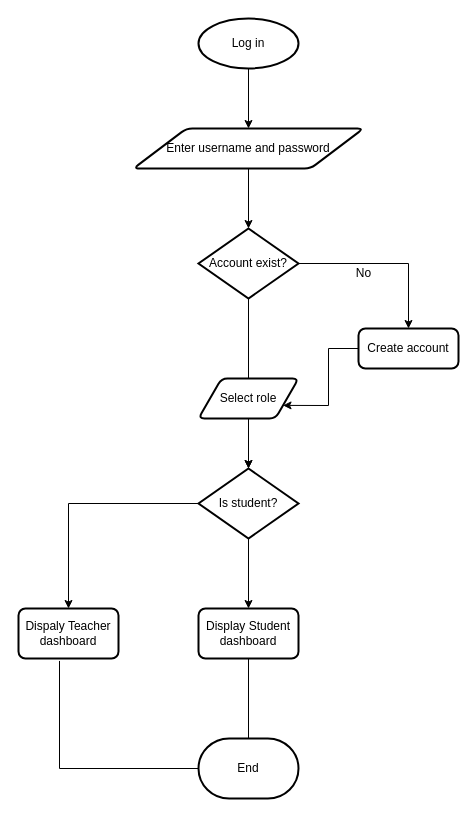
The draw.io diagram Documentation/Diagrams/Flow chart.drawio in Meriki-Jubert/Our-project, before the edit. Source tidied: cells renumbered, new cells numbered last; positions are measured from the earlier drawing's top-left corner, leaving out a move shared by most shapes. Both pictures are drawn from the tidied source at 100%, with x=0, y=0 at pixel (18, 18).
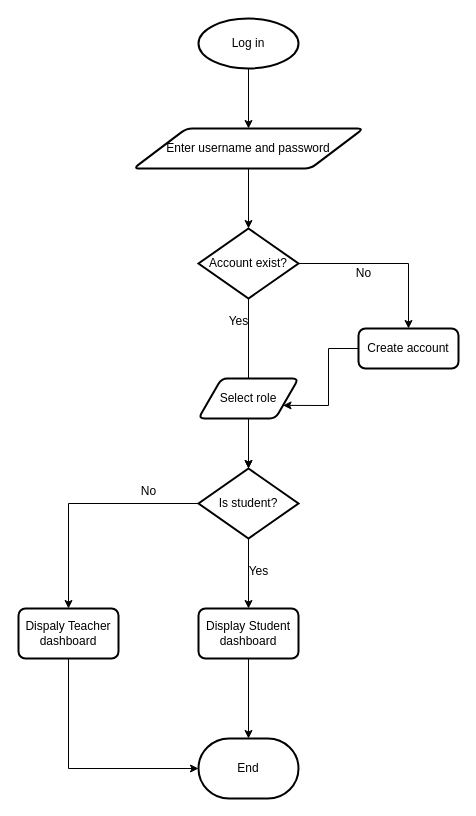
The same diagram, later.

Commit message (it also covers changes not shown here):
Fixed  minor issies with flow chart

The change refers to these unchanged cells:
```xml
<mxCell id="17" value="Display Student dashboard" style="rounded=1;whiteSpace=wrap;html=1;absoluteArcSize=1;arcSize=14;strokeWidth=2;" parent="1" vertex="1">
  <mxGeometry x="180" y="590" width="100" height="50" as="geometry" />
</mxCell>
<mxCell id="18" value="Dispaly Teacher dashboard" style="rounded=1;whiteSpace=wrap;html=1;absoluteArcSize=1;arcSize=14;strokeWidth=2;" parent="1" vertex="1">
  <mxGeometry y="590" width="100" height="50" as="geometry" />
</mxCell>
<mxCell id="19" value="End" style="strokeWidth=2;html=1;shape=mxgraph.flowchart.terminator;whiteSpace=wrap;" parent="1" vertex="1">
  <mxGeometry x="180" y="720" width="100" height="60" as="geometry" />
</mxCell>
```

Change to the diagram source:
```diff
@@
-    <mxCell id="20" style="endArrow=none;html=1;rounded=0;entryX=0.5;entryY=1;entryDx=0;entryDy=0;exitX=0.5;exitY=0;exitDx=0;exitDy=0;exitPerimeter=0;" parent="1" edge="1" source="19" target="17">
-      <mxGeometry relative="1" as="geometry" />
-    </mxCell>
-    <mxCell id="21" style="endArrow=none;html=1;rounded=0;entryX=0;entryY=0.5;entryDx=0;entryDy=0;entryPerimeter=0;exitX=0.41;exitY=1.049;exitDx=0;exitDy=0;exitPerimeter=0;" parent="1" edge="1" source="18" target="19">
-      <mxGeometry relative="1" as="geometry">
-        <Array as="points">
-          <mxPoint x="41" y="750" />
-        </Array>
-      </mxGeometry>
-    </mxCell>
+    <mxCell id="22" value="No" style="text;html=1;align=center;verticalAlign=middle;strokeColor=none;fillColor=none;" parent="1" vertex="1">
+      <mxGeometry x="110" y="458" width="40" height="30" as="geometry" />
+    </mxCell>
+    <mxCell id="23" value="Yes" style="text;html=1;align=center;verticalAlign=middle;strokeColor=none;fillColor=none;" parent="1" vertex="1">
+      <mxGeometry x="220" y="538" width="40" height="30" as="geometry" />
+    </mxCell>
+    <mxCell id="24" style="endArrow=classic;html=1;rounded=0;entryX=0;entryY=0.5;entryDx=0;entryDy=0;entryPerimeter=0;" parent="1" edge="1" target="19">
+      <mxGeometry relative="1" as="geometry">
+        <mxPoint x="50" y="640" as="sourcePoint" />
+        <Array as="points">
+          <mxPoint x="50" y="750" />
+        </Array>
+      </mxGeometry>
+    </mxCell>
+    <mxCell id="25" style="endArrow=classic;html=1;rounded=0;entryX=0.5;entryY=0;entryDx=0;entryDy=0;entryPerimeter=0;" parent="1" edge="1" target="19">
+      <mxGeometry relative="1" as="geometry">
+        <mxPoint x="230" y="640" as="sourcePoint" />
+      </mxGeometry>
+    </mxCell>
+    <mxCell id="26" value="Yes" style="text;html=1;align=center;verticalAlign=middle;strokeColor=none;fillColor=none;" parent="1" vertex="1">
+      <mxGeometry x="200" y="288" width="40" height="30" as="geometry" />
+    </mxCell>
```
